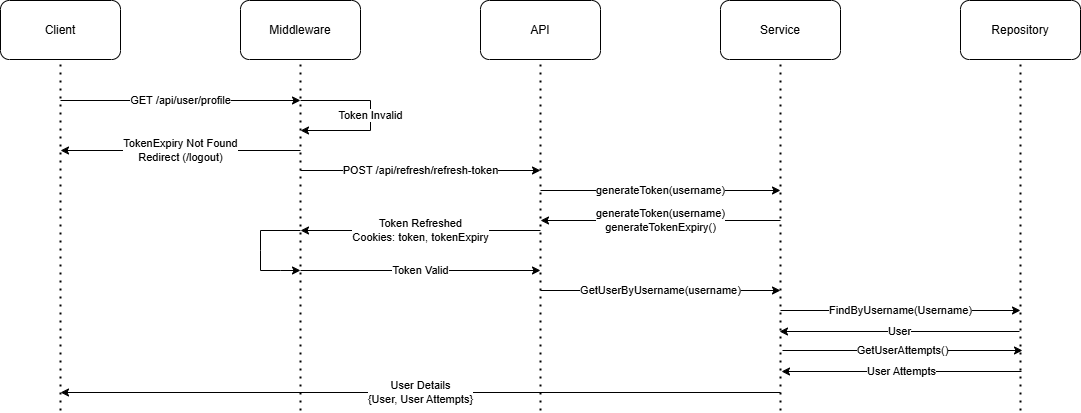
The draw.io diagram documents/images/ProfileSequence.drawio.png in shahd9290/Competitive-Revision-Website, before a commit. Source tidied: cells renumbered, new cells last; positions are measured from the earlier drawing's top-left corner, leaving out a move shared by most shapes.
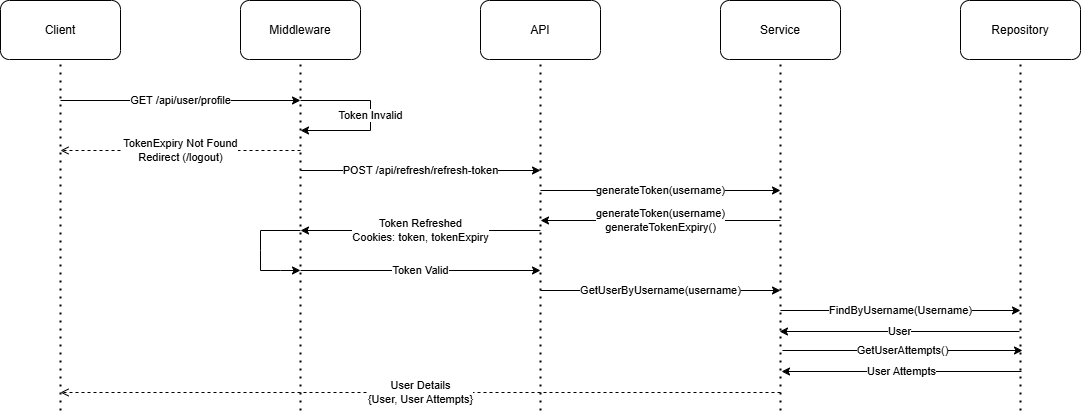
After the commit.

The edit, as a diff of the source:
```diff
@@ -72,7 +72,7 @@
         <mxPoint x="779" y="331" as="targetPoint" />
       </mxGeometry>
     </mxCell>
-    <mxCell id="17" value="User Details&lt;br&gt;{User, User Attempts}" style="endArrow=classic;html=1;rounded=0;" parent="1" edge="1">
+    <mxCell id="17" value="User Details&lt;br&gt;{User, User Attempts}" style="endArrow=open;html=1;rounded=0;endFill=0;dashed=1;" parent="1" edge="1">
       <mxGeometry relative="1" as="geometry">
         <mxPoint x="780" y="392" as="sourcePoint" />
         <mxPoint x="60" y="392" as="targetPoint" />
@@ -124,7 +124,7 @@
         </Array>
       </mxGeometry>
     </mxCell>
-    <mxCell id="24" value="TokenExpiry Not Found&lt;br&gt;Redirect (/logout)" style="endArrow=classic;html=1;rounded=0;" parent="1" edge="1">
+    <mxCell id="24" value="TokenExpiry Not Found&lt;br&gt;Redirect (/logout)" style="endArrow=open;html=1;rounded=0;endFill=0;dashed=1;" parent="1" edge="1">
       <mxGeometry relative="1" as="geometry">
         <mxPoint x="300" y="150" as="sourcePoint" />
         <mxPoint x="60" y="150" as="targetPoint" />
```
